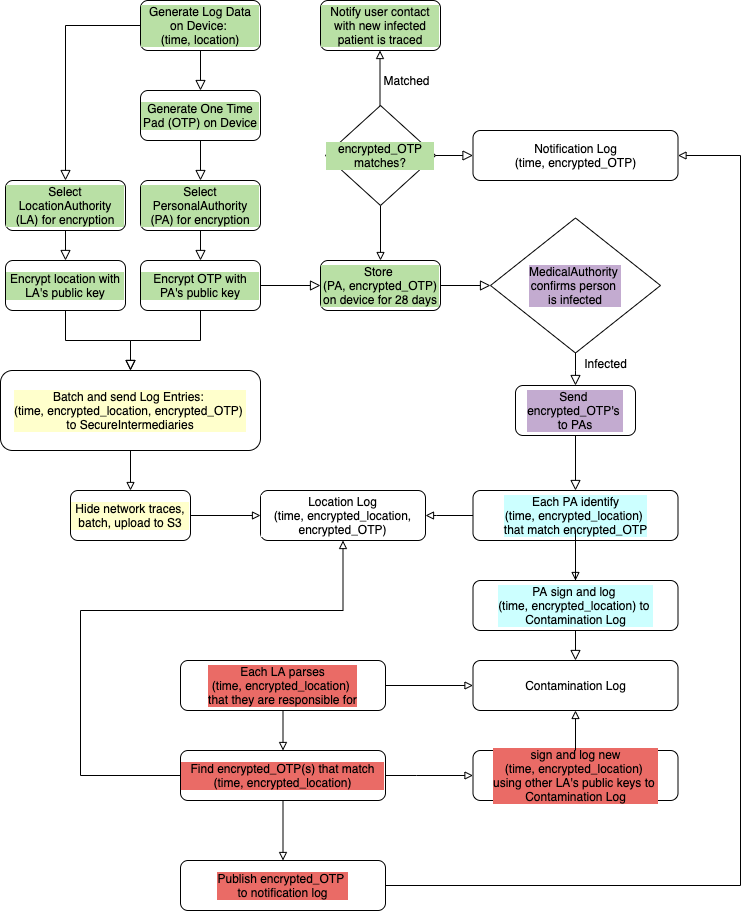
This is ninja_pad.png from dantam/DataRocks, a draw.io export, as it was before one commit. Source tidied: cells renumbered, new cells last; positions are measured from the earlier drawing's top-left corner, leaving out a move shared by most shapes.
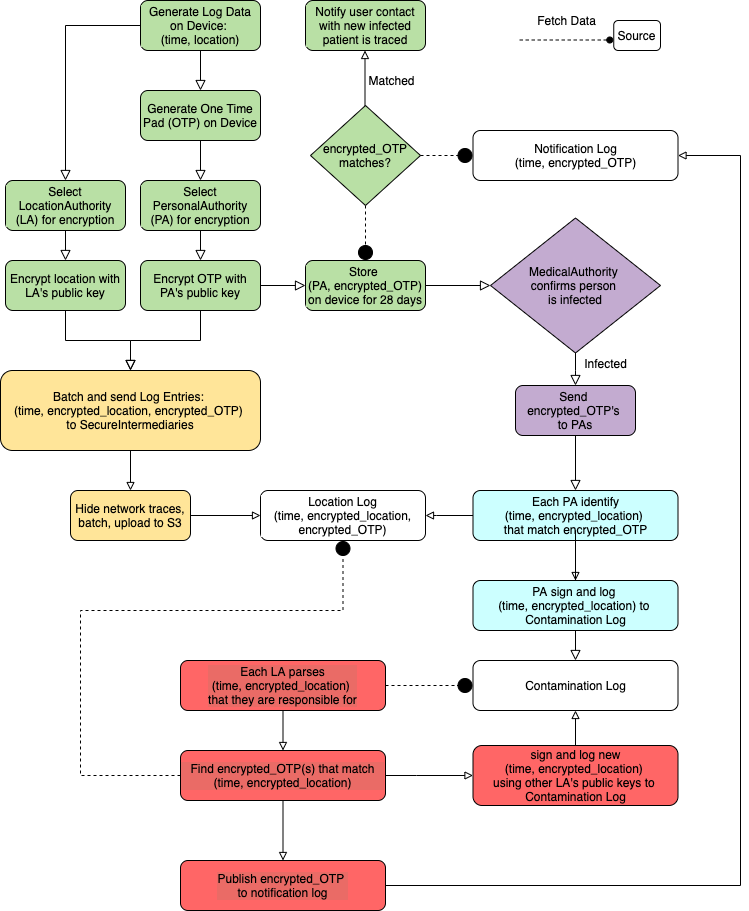
Above is the later version.

Commit message:
[track] fix diagram, add location details

What changed in the source:
```diff
@@ -7,7 +7,7 @@
         <mxPoint x="200" y="90" as="targetPoint" />
       </mxGeometry>
     </mxCell>
-    <mxCell id="3" value="Generate Log Data on Device: &lt;br&gt;(time, location)" style="rounded=1;whiteSpace=wrap;html=1;fontSize=12;glass=0;strokeWidth=1;shadow=0;labelBackgroundColor=#B9E0A5;" parent="1" vertex="1">
+    <mxCell id="3" value="Generate Log Data on Device: &lt;br&gt;(time, location)" style="rounded=1;whiteSpace=wrap;html=1;fontSize=12;glass=0;strokeWidth=1;shadow=0;labelBackgroundColor=#B9E0A5;fillColor=#B9E0A5;" parent="1" vertex="1">
       <mxGeometry x="140" width="120" height="50" as="geometry" />
     </mxCell>
     <mxCell id="4" style="rounded=0;html=1;jettySize=auto;fontSize=11;endArrow=block;endFill=0;endSize=8;strokeWidth=1;shadow=0;labelBackgroundColor=none;edgeStyle=orthogonalEdgeStyle;" parent="1" edge="1" source="5">
@@ -15,19 +15,19 @@
         <mxPoint x="200" y="180" as="targetPoint" />
       </mxGeometry>
     </mxCell>
-    <mxCell id="5" value="Generate One Time Pad (OTP) on Device&lt;br&gt;" style="rounded=1;whiteSpace=wrap;html=1;fontSize=12;glass=0;strokeWidth=1;shadow=0;labelBackgroundColor=#B9E0A5;" parent="1" vertex="1">
+    <mxCell id="5" value="Generate One Time Pad (OTP) on Device&lt;br&gt;" style="rounded=1;whiteSpace=wrap;html=1;fontSize=12;glass=0;strokeWidth=1;shadow=0;labelBackgroundColor=#B9E0A5;fillColor=#B9E0A5;" parent="1" vertex="1">
       <mxGeometry x="140" y="90" width="120" height="50" as="geometry" />
     </mxCell>
-    <mxCell id="6" value="Select PersonalAuthority (PA)&amp;nbsp;for encryption" style="rounded=1;whiteSpace=wrap;html=1;fontSize=12;glass=0;strokeWidth=1;shadow=0;labelBackgroundColor=#B9E0A5;" parent="1" vertex="1">
+    <mxCell id="6" value="Select PersonalAuthority (PA)&amp;nbsp;for encryption" style="rounded=1;whiteSpace=wrap;html=1;fontSize=12;glass=0;strokeWidth=1;shadow=0;labelBackgroundColor=#B9E0A5;fillColor=#B9E0A5;" parent="1" vertex="1">
       <mxGeometry x="140" y="180" width="120" height="50" as="geometry" />
     </mxCell>
-    <mxCell id="7" value="Encrypt OTP with PA's public key" style="rounded=1;whiteSpace=wrap;html=1;fontSize=12;glass=0;strokeWidth=1;shadow=0;labelBackgroundColor=#B9E0A5;" parent="1" vertex="1">
+    <mxCell id="7" value="Encrypt OTP with PA's public key" style="rounded=1;whiteSpace=wrap;html=1;fontSize=12;glass=0;strokeWidth=1;shadow=0;labelBackgroundColor=#B9E0A5;fillColor=#B9E0A5;" parent="1" vertex="1">
       <mxGeometry x="140" y="260" width="120" height="50" as="geometry" />
     </mxCell>
     <mxCell id="8" style="rounded=0;html=1;jettySize=auto;fontSize=11;endArrow=block;endFill=0;endSize=8;strokeWidth=1;shadow=0;labelBackgroundColor=none;edgeStyle=orthogonalEdgeStyle;exitX=0.5;exitY=1;exitDx=0;exitDy=0;entryX=0.5;entryY=0;entryDx=0;entryDy=0;" parent="1" edge="1" source="6" target="7">
       <mxGeometry relative="1" as="geometry" />
     </mxCell>
-    <mxCell id="9" value="Batch and send Log Entries: &lt;br&gt;(time, encrypted_location, encrypted_OTP) &lt;br&gt;to SecureIntermediaries" style="rounded=1;whiteSpace=wrap;html=1;fontSize=12;glass=0;strokeWidth=1;shadow=0;labelBackgroundColor=#FFFFCC;" parent="1" vertex="1">
+    <mxCell id="9" value="&lt;span style=&quot;&quot;&gt;Batch and send Log Entries: &lt;/span&gt;&lt;br&gt;(&lt;span style=&quot;&quot;&gt;time, encrypted_location, encrypted_OTP) &lt;br&gt;to SecureIntermediaries&lt;/span&gt;" style="rounded=1;whiteSpace=wrap;html=1;fontSize=12;glass=0;strokeWidth=1;shadow=0;labelBackgroundColor=none;fillColor=#FFE599;" parent="1" vertex="1">
       <mxGeometry y="370" width="260" height="80" as="geometry" />
     </mxCell>
     <mxCell id="10" style="rounded=0;html=1;jettySize=auto;fontSize=11;endArrow=block;endFill=0;endSize=8;strokeWidth=1;shadow=0;labelBackgroundColor=none;edgeStyle=orthogonalEdgeStyle;" parent="1" edge="1" source="7" target="9">
@@ -41,16 +41,16 @@
     <mxCell id="11" style="edgeStyle=orthogonalEdgeStyle;rounded=0;html=1;jettySize=auto;fontSize=11;endArrow=block;endFill=0;endSize=8;strokeWidth=1;shadow=0;labelBackgroundColor=none;exitX=1;exitY=0.5;exitDx=0;exitDy=0;entryX=0;entryY=0.5;entryDx=0;entryDy=0;" parent="1" edge="1" source="7" target="13">
       <mxGeometry y="10" relative="1" as="geometry" />
     </mxCell>
-    <mxCell id="12" style="edgeStyle=none;rounded=0;jettySize=auto;html=1;endArrow=block;endFill=0;" parent="1" edge="1" source="41" target="13">
+    <mxCell id="12" style="edgeStyle=none;rounded=0;jettySize=auto;html=1;endArrow=circle;endFill=1;dashed=1;" parent="1" edge="1" source="41" target="13">
       <mxGeometry relative="1" as="geometry" />
     </mxCell>
-    <mxCell id="13" value="Store &lt;br&gt;(PA, encrypted_OTP) on device for 28 days" style="rounded=1;whiteSpace=wrap;html=1;fontSize=12;glass=0;strokeWidth=1;shadow=0;labelBackgroundColor=#B9E0A5;" parent="1" vertex="1">
-      <mxGeometry x="320" y="260" width="120" height="50" as="geometry" />
+    <mxCell id="13" value="Store &lt;br&gt;(PA, encrypted_OTP) on device for 28 days" style="rounded=1;whiteSpace=wrap;html=1;fontSize=12;glass=0;strokeWidth=1;shadow=0;labelBackgroundColor=#B9E0A5;fillColor=#B9E0A5;" parent="1" vertex="1">
+      <mxGeometry x="305" y="260" width="120" height="50" as="geometry" />
     </mxCell>
-    <mxCell id="14" value="Select LocationAuthority (LA)&amp;nbsp;for encryption" style="rounded=1;whiteSpace=wrap;html=1;fontSize=12;glass=0;strokeWidth=1;shadow=0;labelBackgroundColor=#B9E0A5;" parent="1" vertex="1">
+    <mxCell id="14" value="Select LocationAuthority (LA)&amp;nbsp;for encryption" style="rounded=1;whiteSpace=wrap;html=1;fontSize=12;glass=0;strokeWidth=1;shadow=0;labelBackgroundColor=#B9E0A5;fillColor=#B9E0A5;" parent="1" vertex="1">
       <mxGeometry x="5" y="180" width="120" height="50" as="geometry" />
     </mxCell>
-    <mxCell id="15" value="Encrypt location with LA's public key" style="rounded=1;whiteSpace=wrap;html=1;fontSize=12;glass=0;strokeWidth=1;shadow=0;labelBackgroundColor=#B9E0A5;" parent="1" vertex="1">
+    <mxCell id="15" value="Encrypt location with LA's public key" style="rounded=1;whiteSpace=wrap;html=1;fontSize=12;glass=0;strokeWidth=1;shadow=0;labelBackgroundColor=#B9E0A5;fillColor=#B9E0A5;" parent="1" vertex="1">
       <mxGeometry x="5" y="260" width="120" height="50" as="geometry" />
     </mxCell>
     <mxCell id="16" style="rounded=0;html=1;jettySize=auto;fontSize=11;endArrow=block;endFill=0;endSize=8;strokeWidth=1;shadow=0;labelBackgroundColor=none;edgeStyle=orthogonalEdgeStyle;exitX=0.5;exitY=1;exitDx=0;exitDy=0;entryX=0.5;entryY=0;entryDx=0;entryDy=0;" parent="1" edge="1" source="14" target="15">
@@ -67,13 +67,13 @@
         </Array>
       </mxGeometry>
     </mxCell>
-    <mxCell id="19" value="Hide network traces, batch, upload to S3" style="rounded=1;whiteSpace=wrap;html=1;fontSize=12;glass=0;strokeWidth=1;shadow=0;labelBackgroundColor=#FFFFCC;" parent="1" vertex="1">
+    <mxCell id="19" value="Hide network traces, batch, upload to S3" style="rounded=1;whiteSpace=wrap;html=1;fontSize=12;glass=0;strokeWidth=1;shadow=0;labelBackgroundColor=none;fillColor=#FFE599;" parent="1" vertex="1">
       <mxGeometry x="70" y="490" width="120" height="50" as="geometry" />
     </mxCell>
     <mxCell id="20" style="edgeStyle=orthogonalEdgeStyle;rounded=0;jettySize=auto;html=1;endArrow=block;endFill=0;" parent="1" edge="1" source="9" target="19">
       <mxGeometry relative="1" as="geometry" />
     </mxCell>
-    <mxCell id="21" value="MedicalAuthority &lt;br&gt;confirms person &lt;br&gt;is infected" style="rhombus;whiteSpace=wrap;html=1;labelBackgroundColor=#C3ABD0;" parent="1" vertex="1">
+    <mxCell id="21" value="MedicalAuthority &lt;br&gt;confirms person &lt;br&gt;is infected" style="rhombus;whiteSpace=wrap;html=1;labelBackgroundColor=#C3ABD0;fillColor=#C3ABD0;" parent="1" vertex="1">
       <mxGeometry x="490" y="217.5" width="170" height="135" as="geometry" />
     </mxCell>
     <mxCell id="22" style="edgeStyle=orthogonalEdgeStyle;rounded=0;html=1;jettySize=auto;fontSize=11;endArrow=block;endFill=0;endSize=8;strokeWidth=1;shadow=0;labelBackgroundColor=none;exitX=1;exitY=0.5;exitDx=0;exitDy=0;" parent="1" edge="1" source="13" target="21">
@@ -87,7 +87,7 @@
         </Array>
       </mxGeometry>
     </mxCell>
-    <mxCell id="24" value="Send &lt;br&gt;encrypted_OTP's &lt;br&gt;to PAs" style="rounded=1;whiteSpace=wrap;html=1;fontSize=12;glass=0;strokeWidth=1;shadow=0;labelBackgroundColor=#C3ABD0;" parent="1" vertex="1">
+    <mxCell id="24" value="Send &lt;br&gt;encrypted_OTP's &lt;br&gt;to PAs" style="rounded=1;whiteSpace=wrap;html=1;fontSize=12;glass=0;strokeWidth=1;shadow=0;labelBackgroundColor=#C3ABD0;fillColor=#C3ABD0;" parent="1" vertex="1">
       <mxGeometry x="515" y="385" width="120" height="50" as="geometry" />
     </mxCell>
     <mxCell id="25" style="edgeStyle=orthogonalEdgeStyle;rounded=0;html=1;jettySize=auto;fontSize=11;endArrow=block;endFill=0;endSize=8;strokeWidth=1;shadow=0;labelBackgroundColor=none;exitX=0.5;exitY=1;exitDx=0;exitDy=0;" parent="1" edge="1" target="26">
@@ -95,7 +95,7 @@
         <mxPoint x="575" y="435" as="sourcePoint" />
       </mxGeometry>
     </mxCell>
-    <mxCell id="26" value="Each PA identify&lt;br&gt;(time, encrypted_location) &lt;br&gt;that match encrypted_OTP" style="rounded=1;whiteSpace=wrap;html=1;fontSize=12;glass=0;strokeWidth=1;shadow=0;labelBackgroundColor=#CCFFFF;" parent="1" vertex="1">
+    <mxCell id="26" value="Each PA identify&lt;br&gt;(time, encrypted_location) &lt;br&gt;that match encrypted_OTP" style="rounded=1;whiteSpace=wrap;html=1;fontSize=12;glass=0;strokeWidth=1;shadow=0;labelBackgroundColor=#CCFFFF;fillColor=#CCFFFF;" parent="1" vertex="1">
       <mxGeometry x="472.5" y="490" width="205" height="50" as="geometry" />
     </mxCell>
     <mxCell id="27" value="Contamination Log" style="rounded=1;whiteSpace=wrap;html=1;fontSize=12;glass=0;strokeWidth=1;shadow=0;labelBackgroundColor=#FFFFFF;" parent="1" vertex="1">
@@ -109,19 +109,19 @@
         </Array>
       </mxGeometry>
     </mxCell>
-    <mxCell id="29" value="Find encrypted_OTP(s) that match (time, encrypted_location)" style="rounded=1;whiteSpace=wrap;html=1;fontSize=12;glass=0;strokeWidth=1;shadow=0;labelBackgroundColor=#EA6B66;" parent="1" vertex="1">
+    <mxCell id="29" value="Find encrypted_OTP(s) that match (time, encrypted_location)" style="rounded=1;whiteSpace=wrap;html=1;fontSize=12;glass=0;strokeWidth=1;shadow=0;labelBackgroundColor=#EA6B66;fillColor=#FF6666;" parent="1" vertex="1">
       <mxGeometry x="180" y="750" width="205" height="50" as="geometry" />
     </mxCell>
     <mxCell id="30" style="edgeStyle=orthogonalEdgeStyle;rounded=0;jettySize=auto;html=1;endArrow=block;endFill=0;" parent="1" edge="1" source="31" target="29">
       <mxGeometry relative="1" as="geometry" />
     </mxCell>
-    <mxCell id="31" value="Each LA parses&lt;br&gt;(time, encrypted_location) &lt;br&gt;that they are responsible for" style="rounded=1;whiteSpace=wrap;html=1;fontSize=12;glass=0;strokeWidth=1;shadow=0;labelBackgroundColor=#EA6B66;" parent="1" vertex="1">
+    <mxCell id="31" value="Each LA parses&lt;br&gt;(time, encrypted_location) &lt;br&gt;that they are responsible for" style="rounded=1;whiteSpace=wrap;html=1;fontSize=12;glass=0;strokeWidth=1;shadow=0;labelBackgroundColor=#EA6B66;fillColor=#FF6666;" parent="1" vertex="1">
       <mxGeometry x="180" y="660" width="205" height="50" as="geometry" />
     </mxCell>
-    <mxCell id="32" style="edgeStyle=orthogonalEdgeStyle;rounded=0;jettySize=auto;html=1;endArrow=block;endFill=0;entryX=0;entryY=0.5;entryDx=0;entryDy=0;exitX=1;exitY=0.5;exitDx=0;exitDy=0;" parent="1" edge="1" source="31" target="27">
+    <mxCell id="32" style="edgeStyle=orthogonalEdgeStyle;rounded=0;jettySize=auto;html=1;endArrow=circle;endFill=1;entryX=0;entryY=0.5;entryDx=0;entryDy=0;exitX=1;exitY=0.5;exitDx=0;exitDy=0;dashed=1;" parent="1" edge="1" source="31" target="27">
       <mxGeometry relative="1" as="geometry" />
     </mxCell>
-    <mxCell id="33" style="edgeStyle=orthogonalEdgeStyle;rounded=0;jettySize=auto;html=1;endArrow=block;endFill=0;exitX=0;exitY=0.5;exitDx=0;exitDy=0;entryX=0.5;entryY=1;entryDx=0;entryDy=0;" parent="1" edge="1" source="29" target="49">
+    <mxCell id="33" style="edgeStyle=orthogonalEdgeStyle;rounded=0;jettySize=auto;html=1;endArrow=circle;endFill=1;exitX=0;exitY=0.5;exitDx=0;exitDy=0;entryX=0.5;entryY=1;entryDx=0;entryDy=0;dashed=1;" parent="1" edge="1" source="29" target="49">
       <mxGeometry relative="1" as="geometry">
         <Array as="points">
           <mxPoint x="80" y="775" />
@@ -130,8 +130,8 @@
         </Array>
       </mxGeometry>
     </mxCell>
-    <mxCell id="34" value="sign and log new&lt;br&gt;(time, encrypted_location) &lt;br&gt;using other LA's public keys to &lt;br&gt;Contamination Log" style="rounded=1;whiteSpace=wrap;html=1;fontSize=12;glass=0;strokeWidth=1;shadow=0;labelBackgroundColor=#EA6B66;" parent="1" vertex="1">
-      <mxGeometry x="472.5" y="750" width="205" height="50" as="geometry" />
+    <mxCell id="34" value="sign and log new&lt;br&gt;(time, encrypted_location) &lt;br&gt;using other LA's public keys to &lt;br&gt;Contamination Log" style="rounded=1;whiteSpace=wrap;html=1;fontSize=12;glass=0;strokeWidth=1;shadow=0;labelBackgroundColor=none;fillColor=#FF6666;" parent="1" vertex="1">
+      <mxGeometry x="472.5" y="745" width="205" height="60" as="geometry" />
     </mxCell>
     <mxCell id="35" style="edgeStyle=orthogonalEdgeStyle;rounded=0;jettySize=auto;html=1;endArrow=block;endFill=0;exitX=1;exitY=0.5;exitDx=0;exitDy=0;entryX=0;entryY=0.5;entryDx=0;entryDy=0;" parent="1" edge="1" source="29" target="34">
       <mxGeometry relative="1" as="geometry">
@@ -144,7 +144,7 @@
     <mxCell id="36" style="edgeStyle=orthogonalEdgeStyle;rounded=0;jettySize=auto;html=1;endArrow=block;endFill=0;exitX=0.5;exitY=1;exitDx=0;exitDy=0;entryX=0.5;entryY=0;entryDx=0;entryDy=0;" parent="1" edge="1" source="29" target="37">
       <mxGeometry relative="1" as="geometry" />
     </mxCell>
-    <mxCell id="37" value="Publish encrypted_OTP &lt;br&gt;to notification log" style="rounded=1;whiteSpace=wrap;html=1;fontSize=12;glass=0;strokeWidth=1;shadow=0;labelBackgroundColor=#EA6B66;" parent="1" vertex="1">
+    <mxCell id="37" value="Publish encrypted_OTP &lt;br&gt;to notification log" style="rounded=1;whiteSpace=wrap;html=1;fontSize=12;glass=0;strokeWidth=1;shadow=0;labelBackgroundColor=#EA6B66;fillColor=#FF6666;" parent="1" vertex="1">
       <mxGeometry x="180" y="860" width="205" height="50" as="geometry" />
     </mxCell>
     <mxCell id="38" style="rounded=0;jettySize=auto;html=1;endArrow=block;endFill=0;exitX=0.5;exitY=0;exitDx=0;exitDy=0;entryX=0.5;entryY=1;entryDx=0;entryDy=0;" parent="1" edge="1" source="34" target="27">
@@ -161,23 +161,23 @@
         </Array>
       </mxGeometry>
     </mxCell>
-    <mxCell id="41" value="encrypted_OTP matches?" style="rhombus;whiteSpace=wrap;html=1;labelBackgroundColor=#B9E0A5;" parent="1" vertex="1">
-      <mxGeometry x="325" y="105" width="110" height="100" as="geometry" />
+    <mxCell id="41" value="encrypted_OTP matches?" style="rhombus;whiteSpace=wrap;html=1;labelBackgroundColor=none;fillColor=#B9E0A5;" parent="1" vertex="1">
+      <mxGeometry x="310" y="105" width="110" height="100" as="geometry" />
     </mxCell>
-    <mxCell id="42" style="edgeStyle=orthogonalEdgeStyle;rounded=0;html=1;jettySize=auto;fontSize=11;endArrow=block;endFill=0;endSize=8;strokeWidth=1;shadow=0;labelBackgroundColor=none;" parent="1" edge="1" source="41" target="39">
+    <mxCell id="42" style="edgeStyle=orthogonalEdgeStyle;rounded=0;html=1;jettySize=auto;fontSize=11;endArrow=circle;endFill=1;strokeWidth=1;shadow=0;labelBackgroundColor=none;dashed=1;" parent="1" edge="1" source="41" target="39">
       <mxGeometry y="10" relative="1" as="geometry" />
     </mxCell>
     <mxCell id="43" style="edgeStyle=none;rounded=0;orthogonalLoop=1;jettySize=auto;html=1;endArrow=block;endFill=0;" parent="1" edge="1">
       <mxGeometry relative="1" as="geometry">
-        <mxPoint x="379.5" y="105" as="sourcePoint" />
-        <mxPoint x="379.5" y="50" as="targetPoint" />
+        <mxPoint x="364.5" y="105" as="sourcePoint" />
+        <mxPoint x="364.5" y="50" as="targetPoint" />
       </mxGeometry>
     </mxCell>
-    <mxCell id="44" value="Notify user contact with new infected patient is traced" style="rounded=1;whiteSpace=wrap;html=1;fontSize=12;glass=0;strokeWidth=1;shadow=0;labelBackgroundColor=#B9E0A5;" parent="1" vertex="1">
-      <mxGeometry x="320" width="120" height="50" as="geometry" />
+    <mxCell id="44" value="Notify user contact with new infected patient is traced" style="rounded=1;whiteSpace=wrap;html=1;fontSize=12;glass=0;strokeWidth=1;shadow=0;labelBackgroundColor=#B9E0A5;fillColor=#B9E0A5;" parent="1" vertex="1">
+      <mxGeometry x="305" width="120" height="50" as="geometry" />
     </mxCell>
     <mxCell id="45" value="Matched" style="text;html=1;align=center;verticalAlign=middle;" parent="1" vertex="1">
-      <mxGeometry x="376" y="70" width="60" height="20" as="geometry" />
+      <mxGeometry x="361" y="70" width="60" height="20" as="geometry" />
     </mxCell>
     <mxCell id="46" value="Infected" style="text;html=1;align=center;verticalAlign=middle;" parent="1" vertex="1">
       <mxGeometry x="575" y="352.5" width="60" height="20" as="geometry" />
@@ -187,7 +187,7 @@
         <mxPoint x="575" y="540" as="sourcePoint" />
       </mxGeometry>
     </mxCell>
-    <mxCell id="48" value="PA sign and log &lt;br&gt;(time, encrypted_location) to &lt;br&gt;Contamination Log" style="rounded=1;whiteSpace=wrap;html=1;fontSize=12;glass=0;strokeWidth=1;shadow=0;labelBackgroundColor=#CCFFFF;" parent="1" vertex="1">
+    <mxCell id="48" value="PA sign and log &lt;br&gt;(time, encrypted_location) to &lt;br&gt;Contamination Log" style="rounded=1;whiteSpace=wrap;html=1;fontSize=12;glass=0;strokeWidth=1;shadow=0;labelBackgroundColor=none;fillColor=#CCFFFF;" parent="1" vertex="1">
       <mxGeometry x="472.5" y="580" width="205" height="50" as="geometry" />
     </mxCell>
     <mxCell id="49" value="Location Log&lt;br&gt;(time, encrypted_location, encrypted_OTP)" style="rounded=1;whiteSpace=wrap;html=1;fontSize=12;glass=0;strokeWidth=1;shadow=0;labelBackgroundColor=#FFFFFF;" parent="1" vertex="1">
@@ -204,5 +204,21 @@
     <mxCell id="51" style="edgeStyle=orthogonalEdgeStyle;rounded=0;jettySize=auto;html=1;endArrow=block;endFill=0;exitX=1;exitY=0.5;exitDx=0;exitDy=0;entryX=0;entryY=0.5;entryDx=0;entryDy=0;" parent="1" edge="1" source="19" target="49">
       <mxGeometry relative="1" as="geometry" />
     </mxCell>
+    <mxCell id="52" style="edgeStyle=orthogonalEdgeStyle;rounded=0;html=1;jettySize=auto;orthogonalLoop=1;fontSize=11;endArrow=oval;endFill=1;strokeWidth=1;shadow=0;labelBackgroundColor=none;dashed=1;" parent="1" edge="1">
+      <mxGeometry y="10" relative="1" as="geometry">
+        <mxPoint x="519.2" y="39.5" as="sourcePoint" />
+        <mxPoint x="609.2" y="39.5" as="targetPoint" />
+        <Array as="points">
+          <mxPoint x="579.2" y="39.5" />
+          <mxPoint x="579.2" y="39.5" />
+        </Array>
+      </mxGeometry>
+    </mxCell>
+    <mxCell id="53" value="Fetch Data" style="text;html=1;align=center;verticalAlign=middle;" parent="1" vertex="1">
+      <mxGeometry x="530.8" y="9.5" width="70" height="20" as="geometry" />
+    </mxCell>
+    <mxCell id="54" value="Source" style="rounded=1;whiteSpace=wrap;html=1;fontSize=12;glass=0;strokeWidth=1;shadow=0;labelBackgroundColor=none;" parent="1" vertex="1">
+      <mxGeometry x="613.2" y="20" width="46.8" height="30" as="geometry" />
+    </mxCell>
   </root>
 </mxGraphModel>
```
